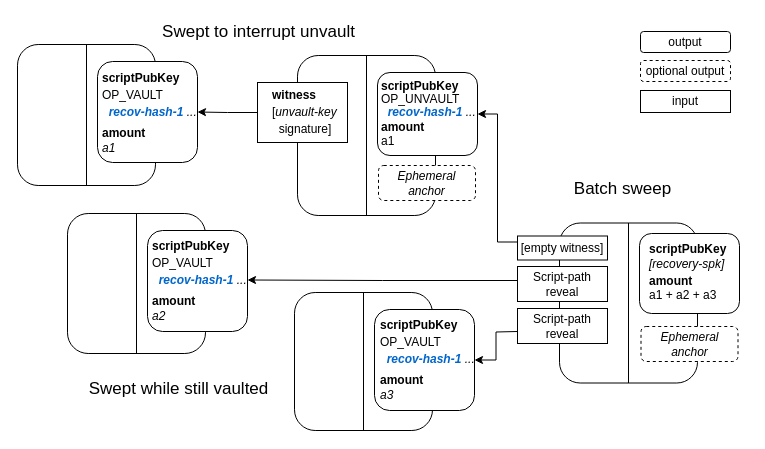
Earlier version of the draw.io diagram page "Batch sweep" (2 of 6) of figures/vaults.drawio (jamesob/vaults-covenants-paper). Source tidied: cells renumbered, new cells numbered last; positions are measured from the earlier drawing's top-left corner, leaving out a move shared by most shapes. Both pictures are drawn from the tidied source at 100%, with x=0, y=0 at pixel (17, 17).
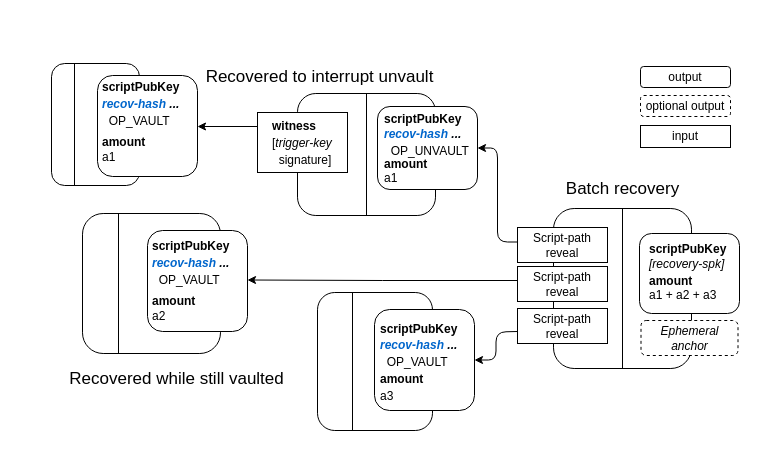
After the change.

The change refers to these unchanged cells:
```xml
<mxCell id="11" value="&lt;b style=&quot;background-color: initial;&quot;&gt;&lt;br&gt;&lt;/b&gt;" style="rounded=1;whiteSpace=wrap;html=1;align=left;" parent="1" vertex="1">
  <mxGeometry x="357" y="292" width="100" height="101" as="geometry" />
</mxCell>
```

What changed in the source:
```diff
@@
     <mxCell id="2" style="rounded=1;whiteSpace=wrap;html=1;" parent="1" vertex="1">
-      <mxGeometry x="542" y="205.5" width="138" height="160" as="geometry" />
+      <mxGeometry x="536" y="191" width="138" height="160" as="geometry" />
     </mxCell>
@@
     <mxCell id="5" style="rounded=1;whiteSpace=wrap;html=1;" parent="1" vertex="1">
-      <mxGeometry x="280" y="38" width="138" height="160" as="geometry" />
+      <mxGeometry x="280" y="76" width="138" height="122" as="geometry" />
     </mxCell>
@@
     <mxCell id="7" value="&lt;b style=&quot;background-color: initial;&quot;&gt;&lt;br&gt;&lt;/b&gt;" style="rounded=1;whiteSpace=wrap;html=1;align=left;" parent="1" vertex="1">
-      <mxGeometry x="360" y="55" width="100" height="83" as="geometry" />
+      <mxGeometry x="360" y="89" width="100" height="83" as="geometry" />
     </mxCell>
-    <mxCell id="8" value="&lt;i&gt;Ephemeral anchor&lt;/i&gt;" style="rounded=1;whiteSpace=wrap;html=1;dashed=1;" parent="1" vertex="1">
-      <mxGeometry x="361" y="148" width="97" height="35" as="geometry" />
-    </mxCell>
     <mxCell id="9" style="rounded=1;whiteSpace=wrap;html=1;" parent="1" vertex="1">
-      <mxGeometry x="277" y="275" width="138" height="138" as="geometry" />
+      <mxGeometry x="300" y="275" width="115" height="138" as="geometry" />
     </mxCell>
-    <mxCell id="10" style="endArrow=none;html=1;rounded=0;entryX=0.5;entryY=0;entryDx=0;entryDy=0;exitX=0.5;exitY=1;exitDx=0;exitDy=0;" parent="1" edge="1" source="9" target="9">
-      <mxGeometry relative="1" as="geometry" />
+    <mxCell id="10" style="endArrow=none;html=1;rounded=0;entryX=0.5;entryY=0;entryDx=0;entryDy=0;exitX=0.5;exitY=1;exitDx=0;exitDy=0;" parent="1" edge="1">
+      <mxGeometry relative="1" as="geometry">
+        <mxPoint x="335" y="413" as="sourcePoint" />
+        <mxPoint x="335" y="275" as="targetPoint" />
+      </mxGeometry>
     </mxCell>
@@
     <mxCell id="12" style="rounded=1;whiteSpace=wrap;html=1;" parent="1" vertex="1">
-      <mxGeometry x="50" y="196" width="138" height="140" as="geometry" />
+      <mxGeometry x="65" y="196" width="138" height="140" as="geometry" />
     </mxCell>
-    <mxCell id="13" style="endArrow=none;html=1;rounded=0;entryX=0.5;entryY=0;entryDx=0;entryDy=0;exitX=0.5;exitY=1;exitDx=0;exitDy=0;" parent="1" edge="1" source="12" target="12">
-      <mxGeometry relative="1" as="geometry" />
+    <mxCell id="13" style="endArrow=none;html=1;rounded=0;entryX=0.5;entryY=0;entryDx=0;entryDy=0;exitX=0.5;exitY=1;exitDx=0;exitDy=0;" parent="1" edge="1">
+      <mxGeometry relative="1" as="geometry">
+        <mxPoint x="101" y="336" as="sourcePoint" />
+        <mxPoint x="101" y="196" as="targetPoint" />
+      </mxGeometry>
     </mxCell>
@@
-    <mxCell id="15" value="&lt;p style=&quot;line-height: 40%;&quot;&gt;&lt;b&gt;scriptPubKey&lt;/b&gt;&lt;/p&gt;&lt;p style=&quot;line-height: 40%;&quot;&gt;&lt;span style=&quot;background-color: initial;&quot;&gt;OP_VAULT&lt;/span&gt;&lt;/p&gt;&lt;p style=&quot;line-height: 40%;&quot;&gt;&lt;span style=&quot;background-color: initial;&quot;&gt;&amp;nbsp; &lt;i&gt;&lt;font color=&quot;#0066cc&quot;&gt;&lt;b&gt;recov-hash-1&lt;/b&gt;&lt;/font&gt; ...&lt;/i&gt;&lt;/span&gt;&lt;/p&gt;&lt;p style=&quot;line-height: 120%;&quot;&gt;&lt;b&gt;amount&lt;/b&gt;&lt;br&gt;&lt;i&gt;a3&lt;/i&gt;&lt;/p&gt;" style="text;html=1;align=left;verticalAlign=middle;fillColor=none;strokeColor=none;rounded=0;dashed=1;" parent="1" vertex="1">
-      <mxGeometry x="361" y="284.5" width="120" height="120" as="geometry" />
+    <mxCell id="15" value="&lt;p style=&quot;line-height: 40%;&quot;&gt;&lt;b&gt;scriptPubKey&lt;/b&gt;&lt;/p&gt;&lt;p style=&quot;border-color: var(--border-color); line-height: 4.8px;&quot;&gt;&lt;i style=&quot;border-color: var(--border-color);&quot;&gt;&lt;b style=&quot;border-color: var(--border-color);&quot;&gt;&lt;font style=&quot;border-color: var(--border-color);&quot; color=&quot;#0066cc&quot;&gt;recov-hash&amp;nbsp;&lt;/font&gt;&lt;font style=&quot;border-color: var(--border-color);&quot; color=&quot;#00060d&quot;&gt;...&lt;/font&gt;&lt;/b&gt;&amp;nbsp;&lt;/i&gt;&lt;/p&gt;&lt;p style=&quot;border-color: var(--border-color); line-height: 4.8px;&quot;&gt;&amp;nbsp; OP_VAULT&lt;/p&gt;&lt;p style=&quot;line-height: 40%;&quot;&gt;&lt;b style=&quot;background-color: initial;&quot;&gt;amount&lt;/b&gt;&lt;/p&gt;&lt;p style=&quot;line-height: 40%;&quot;&gt;&lt;span style=&quot;background-color: initial;&quot;&gt;a3&lt;/span&gt;&lt;/p&gt;" style="text;html=1;align=left;verticalAlign=middle;fillColor=none;strokeColor=none;rounded=0;dashed=1;" parent="1" vertex="1">
+      <mxGeometry x="361" y="289.5" width="100" height="110" as="geometry" />
     </mxCell>
     <mxCell id="16" style="rounded=1;whiteSpace=wrap;html=1;" parent="1" vertex="1">
-      <mxGeometry y="27" width="138" height="141" as="geometry" />
+      <mxGeometry x="34" y="46" width="88" height="122" as="geometry" />
     </mxCell>
-    <mxCell id="17" style="endArrow=none;html=1;rounded=0;entryX=0.5;entryY=0;entryDx=0;entryDy=0;exitX=0.5;exitY=1;exitDx=0;exitDy=0;" parent="1" edge="1" source="16" target="16">
-      <mxGeometry relative="1" as="geometry" />
+    <mxCell id="17" style="endArrow=none;html=1;rounded=0;entryX=0.5;entryY=0;entryDx=0;entryDy=0;exitX=0.5;exitY=1;exitDx=0;exitDy=0;" parent="1" edge="1">
+      <mxGeometry relative="1" as="geometry">
+        <mxPoint x="57" y="168" as="sourcePoint" />
+        <mxPoint x="57" y="46" as="targetPoint" />
+      </mxGeometry>
     </mxCell>
     <mxCell id="18" value="&lt;b style=&quot;background-color: initial;&quot;&gt;&lt;br&gt;&lt;/b&gt;" style="rounded=1;whiteSpace=wrap;html=1;align=left;" parent="1" vertex="1">
-      <mxGeometry x="80" y="44" width="100" height="101" as="geometry" />
+      <mxGeometry x="80" y="58" width="100" height="101" as="geometry" />
     </mxCell>
-    <mxCell id="19" value="&lt;p style=&quot;line-height: 40%;&quot;&gt;&lt;b&gt;scriptPubKey&lt;/b&gt;&lt;/p&gt;&lt;p style=&quot;line-height: 40%;&quot;&gt;&lt;span style=&quot;background-color: initial;&quot;&gt;OP_VAULT&lt;/span&gt;&lt;/p&gt;&lt;p style=&quot;line-height: 40%;&quot;&gt;&lt;span style=&quot;background-color: initial;&quot;&gt;&amp;nbsp; &lt;i&gt;&lt;font color=&quot;#0066cc&quot;&gt;&lt;b&gt;recov-hash-1&lt;/b&gt;&lt;/font&gt; ...&lt;/i&gt;&lt;/span&gt;&lt;/p&gt;&lt;p style=&quot;line-height: 120%;&quot;&gt;&lt;b&gt;amount&lt;/b&gt;&lt;br&gt;&lt;i&gt;a1&lt;/i&gt;&lt;/p&gt;" style="text;html=1;align=left;verticalAlign=middle;fillColor=none;strokeColor=none;rounded=0;dashed=1;" parent="1" vertex="1">
-      <mxGeometry x="83" y="38" width="120" height="120" as="geometry" />
+    <mxCell id="19" value="&lt;p style=&quot;line-height: 40%;&quot;&gt;&lt;b&gt;scriptPubKey&lt;/b&gt;&lt;/p&gt;&lt;p style=&quot;line-height: 40%;&quot;&gt;&lt;span style=&quot;background-color: initial;&quot;&gt;&lt;i&gt;&lt;b style=&quot;&quot;&gt;&lt;font color=&quot;#0066cc&quot;&gt;recov-hash &lt;/font&gt;&lt;font color=&quot;#00060d&quot;&gt;...&lt;/font&gt;&lt;/b&gt;&amp;nbsp;&lt;/i&gt;&lt;/span&gt;&lt;/p&gt;&lt;p style=&quot;line-height: 40%;&quot;&gt;&lt;span style=&quot;background-color: initial;&quot;&gt;&amp;nbsp; OP_VAULT&lt;/span&gt;&lt;/p&gt;&lt;p style=&quot;line-height: 120%;&quot;&gt;&lt;b&gt;amount&lt;/b&gt;&lt;br&gt;a1&lt;/p&gt;" style="text;html=1;align=left;verticalAlign=middle;fillColor=none;strokeColor=none;rounded=0;dashed=1;" parent="1" vertex="1">
+      <mxGeometry x="83" y="47" width="100" height="120" as="geometry" />
     </mxCell>
-    <mxCell id="20" style="edgeStyle=orthogonalEdgeStyle;rounded=0;jettySize=auto;html=1;exitX=0;exitY=0.5;exitDx=0;exitDy=0;entryX=1;entryY=0.5;entryDx=0;entryDy=0;" parent="1" edge="1" source="21" target="18">
-      <mxGeometry relative="1" as="geometry" />
+    <mxCell id="20" style="edgeStyle=orthogonalEdgeStyle;rounded=0;jettySize=auto;html=1;exitX=0;exitY=0.25;exitDx=0;exitDy=0;" parent="1" edge="1" source="21">
+      <mxGeometry relative="1" as="geometry">
+        <mxPoint x="180" y="109" as="targetPoint" />
+        <Array as="points">
+          <mxPoint x="240" y="109" />
+        </Array>
+      </mxGeometry>
     </mxCell>
     <mxCell id="21" style="rounded=0;whiteSpace=wrap;html=1;" parent="1" vertex="1">
-      <mxGeometry x="240" y="65" width="90" height="60" as="geometry" />
+      <mxGeometry x="240" y="95" width="90" height="60" as="geometry" />
     </mxCell>
-    <mxCell id="22" value="&lt;p style=&quot;line-height: 40%;&quot;&gt;&lt;b&gt;witness&lt;/b&gt;&lt;/p&gt;&lt;p style=&quot;line-height: 40%;&quot;&gt;[&lt;i&gt;unvault-key&lt;/i&gt;&amp;nbsp;&lt;/p&gt;&lt;p style=&quot;line-height: 40%;&quot;&gt;&amp;nbsp; signature]&lt;/p&gt;" style="text;html=1;align=left;verticalAlign=middle;fillColor=none;strokeColor=none;rounded=0;dashed=1;" parent="1" vertex="1">
-      <mxGeometry x="253" y="55" width="90" height="80" as="geometry" />
+    <mxCell id="22" value="&lt;p style=&quot;line-height: 40%;&quot;&gt;&lt;b&gt;witness&lt;/b&gt;&lt;/p&gt;&lt;p style=&quot;line-height: 40%;&quot;&gt;[&lt;i&gt;trigger-key&amp;nbsp;&lt;/i&gt;&lt;/p&gt;&lt;p style=&quot;line-height: 40%;&quot;&gt;&amp;nbsp; signature]&lt;/p&gt;" style="text;html=1;align=left;verticalAlign=middle;fillColor=none;strokeColor=none;rounded=0;dashed=1;" parent="1" vertex="1">
+      <mxGeometry x="253" y="86" width="90" height="80" as="geometry" />
     </mxCell>
-    <mxCell id="23" style="edgeStyle=orthogonalEdgeStyle;rounded=0;jettySize=auto;html=1;exitX=0;exitY=0.5;exitDx=0;exitDy=0;entryX=1;entryY=0.5;entryDx=0;entryDy=0;" parent="1" edge="1" target="11">
+    <mxCell id="23" style="edgeStyle=orthogonalEdgeStyle;rounded=1;jettySize=auto;html=1;exitX=0;exitY=0.5;exitDx=0;exitDy=0;entryX=1;entryY=0.5;entryDx=0;entryDy=0;" parent="1" edge="1" target="11">
       <mxGeometry relative="1" as="geometry">
         <mxPoint x="500" y="314" as="sourcePoint" />
       </mxGeometry>
     </mxCell>
-    <mxCell id="24" style="edgeStyle=orthogonalEdgeStyle;rounded=0;jettySize=auto;html=1;exitX=0;exitY=0.25;exitDx=0;exitDy=0;entryX=1;entryY=0.5;entryDx=0;entryDy=0;" parent="1" edge="1" source="25" target="7">
-      <mxGeometry relative="1" as="geometry" />
+    <mxCell id="24" style="edgeStyle=orthogonalEdgeStyle;rounded=1;jettySize=auto;html=1;exitX=0;exitY=0.25;exitDx=0;exitDy=0;entryX=1;entryY=0.5;entryDx=0;entryDy=0;" parent="1" edge="1" target="7">
+      <mxGeometry relative="1" as="geometry">
+        <mxPoint x="500" y="224.5" as="sourcePoint" />
+        <Array as="points">
+          <mxPoint x="480" y="225" />
+          <mxPoint x="480" y="131" />
+        </Array>
+      </mxGeometry>
     </mxCell>
-    <mxCell id="25" value="[empty witness]" style="rounded=0;whiteSpace=wrap;html=1;" parent="1" vertex="1">
-      <mxGeometry x="500" y="218.5" width="90" height="24" as="geometry" />
-    </mxCell>
@@
-    <mxCell id="28" value="&lt;p style=&quot;line-height: 40%;&quot;&gt;&lt;b&gt;scriptPubKey&lt;/b&gt;&lt;/p&gt;&lt;p style=&quot;line-height: 40%;&quot;&gt;&lt;span style=&quot;background-color: initial;&quot;&gt;OP_VAULT&lt;/span&gt;&lt;/p&gt;&lt;p style=&quot;line-height: 40%;&quot;&gt;&lt;span style=&quot;background-color: initial;&quot;&gt;&amp;nbsp; &lt;i&gt;&lt;font color=&quot;#0066cc&quot;&gt;&lt;b&gt;recov-hash-1&lt;/b&gt;&lt;/font&gt; ...&lt;/i&gt;&lt;/span&gt;&lt;/p&gt;&lt;p style=&quot;line-height: 120%;&quot;&gt;&lt;b&gt;amount&lt;/b&gt;&lt;br&gt;&lt;i&gt;a2&lt;/i&gt;&lt;/p&gt;" style="text;html=1;align=left;verticalAlign=middle;fillColor=none;strokeColor=none;rounded=0;dashed=1;" parent="1" vertex="1">
-      <mxGeometry x="133" y="206" width="120" height="120" as="geometry" />
+    <mxCell id="28" value="&lt;p style=&quot;line-height: 40%;&quot;&gt;&lt;b&gt;scriptPubKey&lt;/b&gt;&lt;/p&gt;&lt;p style=&quot;border-color: var(--border-color); line-height: 4.8px;&quot;&gt;&lt;i style=&quot;border-color: var(--border-color);&quot;&gt;&lt;b style=&quot;border-color: var(--border-color);&quot;&gt;&lt;font style=&quot;border-color: var(--border-color);&quot; color=&quot;#0066cc&quot;&gt;recov-hash&amp;nbsp;&lt;/font&gt;&lt;font style=&quot;border-color: var(--border-color);&quot; color=&quot;#00060d&quot;&gt;...&lt;/font&gt;&lt;/b&gt;&amp;nbsp;&lt;/i&gt;&lt;/p&gt;&lt;p style=&quot;border-color: var(--border-color); line-height: 4.8px;&quot;&gt;&lt;span style=&quot;border-color: var(--border-color); background-color: initial;&quot;&gt;&amp;nbsp; OP_VAULT&lt;/span&gt;&lt;/p&gt;&lt;p style=&quot;line-height: 120%;&quot;&gt;&lt;b&gt;amount&lt;/b&gt;&lt;br&gt;a2&lt;/p&gt;" style="text;html=1;align=left;verticalAlign=middle;fillColor=none;strokeColor=none;rounded=0;dashed=1;" parent="1" vertex="1">
+      <mxGeometry x="133" y="206" width="100" height="120" as="geometry" />
     </mxCell>
     <mxCell id="29" style="group;" parent="1" vertex="1">
-      <mxGeometry x="362" y="46.5" width="120" height="95" as="geometry" />
+      <mxGeometry x="365" y="83.5" width="120" height="95" as="geometry" />
     </mxCell>
-    <mxCell id="30" value="&lt;p style=&quot;line-height: 10%;&quot;&gt;&lt;b&gt;scriptPubKey&lt;/b&gt;&lt;/p&gt;&lt;p style=&quot;line-height: 10%;&quot;&gt;&lt;span style=&quot;background-color: initial;&quot;&gt;OP_UNVAULT&lt;/span&gt;&lt;/p&gt;&lt;p style=&quot;line-height: 10%;&quot;&gt;&lt;span style=&quot;background-color: initial;&quot;&gt;&amp;nbsp; &lt;i&gt;&lt;font color=&quot;#0066cc&quot;&gt;&lt;b&gt;recov&lt;/b&gt;&lt;/font&gt;&lt;/i&gt;&lt;/span&gt;&lt;i style=&quot;background-color: initial;&quot;&gt;&lt;font color=&quot;#0066cc&quot;&gt;&lt;b&gt;-hash-1&lt;/b&gt;&lt;/font&gt; ...&lt;/i&gt;&lt;/p&gt;" style="text;html=1;align=left;verticalAlign=middle;fillColor=none;strokeColor=none;rounded=0;dashed=1;" parent="29" vertex="1">
-      <mxGeometry width="120" height="70" as="geometry" />
+    <mxCell id="30" value="&lt;p style=&quot;line-height: 10%;&quot;&gt;&lt;b&gt;scriptPubKey&lt;/b&gt;&lt;/p&gt;&lt;p style=&quot;border-color: var(--border-color); line-height: 4.8px;&quot;&gt;&lt;i style=&quot;border-color: var(--border-color);&quot;&gt;&lt;b style=&quot;border-color: var(--border-color);&quot;&gt;&lt;font style=&quot;border-color: var(--border-color);&quot; color=&quot;#0066cc&quot;&gt;recov-hash&amp;nbsp;&lt;/font&gt;&lt;font style=&quot;border-color: var(--border-color);&quot; color=&quot;#00060d&quot;&gt;...&lt;/font&gt;&lt;/b&gt;&amp;nbsp;&lt;/i&gt;&lt;/p&gt;&lt;p style=&quot;border-color: var(--border-color); line-height: 4.8px;&quot;&gt;&lt;span style=&quot;border-color: var(--border-color); background-color: initial;&quot;&gt;&amp;nbsp; OP_UNVAULT&lt;/span&gt;&lt;/p&gt;" style="text;html=1;align=left;verticalAlign=middle;fillColor=none;strokeColor=none;rounded=0;dashed=1;" parent="29" vertex="1">
+      <mxGeometry width="110" height="70" as="geometry" />
     </mxCell>
@@
     <mxCell id="35" value="&lt;i&gt;Ephemeral anchor&lt;/i&gt;" style="rounded=1;whiteSpace=wrap;html=1;dashed=1;" parent="1" vertex="1">
-      <mxGeometry x="623.5" y="309" width="97" height="35" as="geometry" />
+      <mxGeometry x="623.5" y="303" width="97" height="35" as="geometry" />
     </mxCell>
-    <mxCell id="36" value="Swept to interrupt unvault" style="text;html=1;align=center;verticalAlign=middle;fillColor=none;strokeColor=none;rounded=0;fontSize=17;" parent="1" vertex="1">
-      <mxGeometry x="136" width="210" height="30" as="geometry" />
+    <mxCell id="36" value="Recovered to interrupt unvault" style="text;html=1;align=center;verticalAlign=middle;fillColor=none;strokeColor=none;rounded=0;fontSize=17;" parent="1" vertex="1">
+      <mxGeometry x="177" y="44.5" width="250" height="30" as="geometry" />
     </mxCell>
-    <mxCell id="37" value="Swept while still vaulted" style="text;html=1;align=center;verticalAlign=middle;fillColor=none;strokeColor=none;rounded=0;fontSize=17;" parent="1" vertex="1">
-      <mxGeometry x="61" y="357" width="200" height="30" as="geometry" />
+    <mxCell id="37" value="Recovered while still vaulted" style="text;html=1;align=center;verticalAlign=middle;fillColor=none;strokeColor=none;rounded=0;fontSize=17;" parent="1" vertex="1">
+      <mxGeometry x="39" y="347" width="240" height="30" as="geometry" />
     </mxCell>
-    <mxCell id="38" value="Batch sweep" style="text;html=1;align=center;verticalAlign=middle;fillColor=none;strokeColor=none;rounded=0;fontSize=17;" parent="1" vertex="1">
-      <mxGeometry x="545" y="156.5" width="120" height="30" as="geometry" />
+    <mxCell id="38" value="Batch recovery" style="text;html=1;align=center;verticalAlign=middle;fillColor=none;strokeColor=none;rounded=0;fontSize=17;" parent="1" vertex="1">
+      <mxGeometry x="535" y="156.5" width="140" height="30" as="geometry" />
     </mxCell>
     <mxCell id="39" value="output" style="rounded=1;whiteSpace=wrap;html=1;" parent="1" vertex="1">
-      <mxGeometry x="623" y="14" width="90" height="21" as="geometry" />
+      <mxGeometry x="623" y="49" width="90" height="21" as="geometry" />
     </mxCell>
     <mxCell id="40" value="optional output" style="rounded=1;whiteSpace=wrap;html=1;dashed=1;" parent="1" vertex="1">
-      <mxGeometry x="623" y="43" width="90" height="21" as="geometry" />
+      <mxGeometry x="623" y="78" width="90" height="21" as="geometry" />
     </mxCell>
     <mxCell id="41" value="input" style="rounded=0;whiteSpace=wrap;html=1;" parent="1" vertex="1">
-      <mxGeometry x="623" y="73" width="90" height="22" as="geometry" />
+      <mxGeometry x="623" y="108" width="90" height="22" as="geometry" />
     </mxCell>
@@
+    <mxCell id="43" value="Script-path reveal" style="rounded=0;whiteSpace=wrap;html=1;" parent="1" vertex="1">
+      <mxGeometry x="500" y="210" width="90" height="35" as="geometry" />
+    </mxCell>
```
